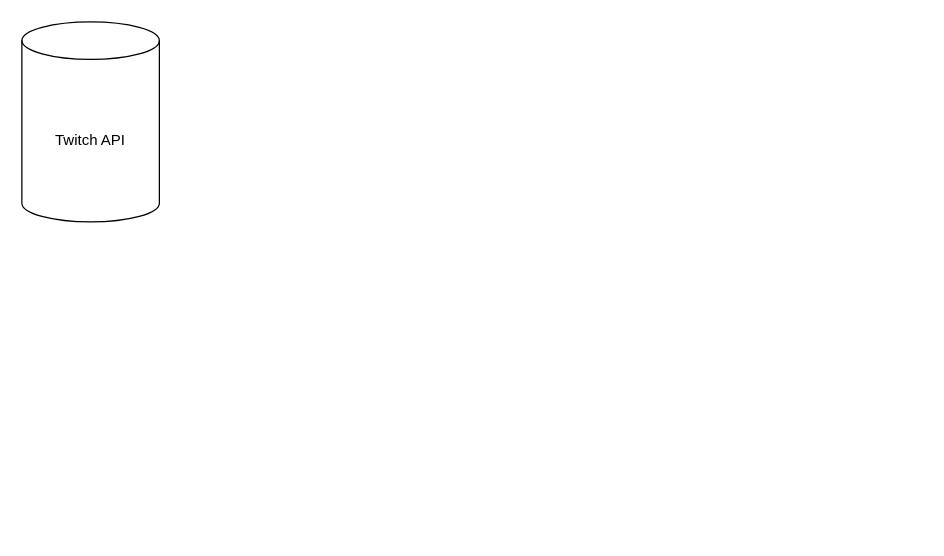
viet-vo/TwitchChannelPoints keeps this draw.io diagram as Untitled Diagram.drawio. Above is the earlier version. Source tidied: cells renumbered, new cells numbered last; positions are measured from the earlier drawing's top-left corner, leaving out a move shared by most shapes. Both pictures are drawn from the tidied source at 125%, with x=0, y=0 at pixel (21, 21).
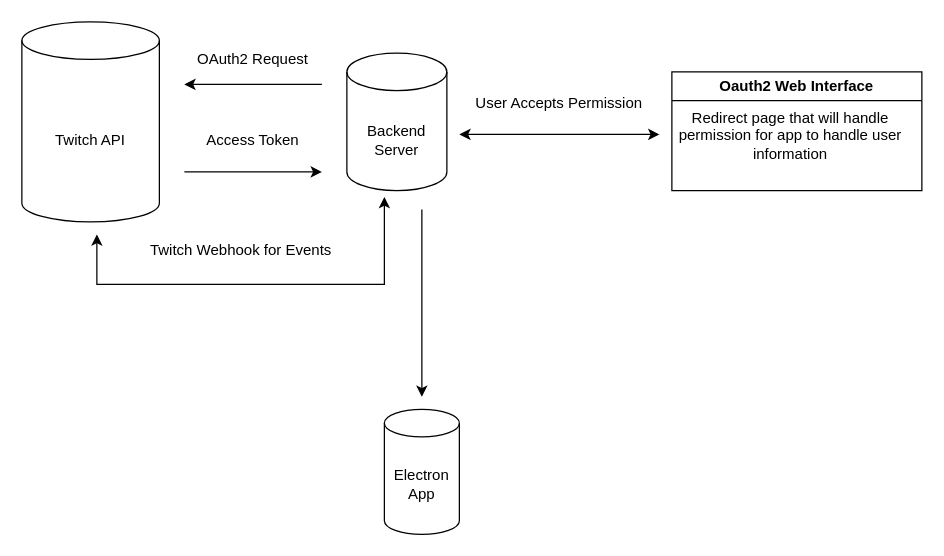
The same diagram, later.

What changed in the source:
```diff
@@
+    <mxCell id="4" style="shape=cylinder3;whiteSpace=wrap;html=1;boundedLbl=1;backgroundOutline=1;size=15;" parent="1" vertex="1">
+      <mxGeometry x="260" y="25" width="80" height="110" as="geometry" />
+    </mxCell>
+    <mxCell id="5" style="endArrow=classic;html=1;rounded=0;" parent="1" edge="1">
+      <mxGeometry relative="1" as="geometry">
+        <mxPoint x="240" y="50" as="sourcePoint" />
+        <mxPoint x="130" y="50" as="targetPoint" />
+      </mxGeometry>
+    </mxCell>
+    <mxCell id="6" value="OAuth2 Request" style="text;html=1;strokeColor=none;fillColor=none;align=center;verticalAlign=middle;whiteSpace=wrap;rounded=0;" parent="1" vertex="1">
+      <mxGeometry x="130" y="20" width="110" height="20" as="geometry" />
+    </mxCell>
+    <mxCell id="7" style="endArrow=classic;html=1;rounded=0;" parent="1" edge="1">
+      <mxGeometry relative="1" as="geometry">
+        <mxPoint x="130" y="120" as="sourcePoint" />
+        <mxPoint x="240" y="120" as="targetPoint" />
+      </mxGeometry>
+    </mxCell>
+    <mxCell id="8" value="Access Token" style="text;html=1;strokeColor=none;fillColor=none;align=center;verticalAlign=middle;whiteSpace=wrap;rounded=0;" parent="1" vertex="1">
+      <mxGeometry x="130" y="80" width="110" height="30" as="geometry" />
+    </mxCell>
+    <mxCell id="9" value="Backend Server" style="text;html=1;strokeColor=none;fillColor=none;align=center;verticalAlign=middle;whiteSpace=wrap;rounded=0;" parent="1" vertex="1">
+      <mxGeometry x="270" y="80" width="60" height="30" as="geometry" />
+    </mxCell>
+    <mxCell id="10" value="Oauth2 Web Interface" style="swimlane;whiteSpace=wrap;html=1;" parent="1" vertex="1">
+      <mxGeometry x="520" y="40" width="200" height="95" as="geometry" />
+    </mxCell>
+    <mxCell id="11" value="Redirect page that will handle permission for app to handle user information" style="text;html=1;strokeColor=none;fillColor=none;spacing=5;spacingTop=-20;whiteSpace=wrap;overflow=hidden;rounded=0;align=center;" parent="10" vertex="1">
+      <mxGeometry y="40" width="190" height="120" as="geometry" />
+    </mxCell>
+    <mxCell id="12" style="endArrow=classic;startArrow=classic;html=1;rounded=0;" parent="1" edge="1">
+      <mxGeometry relative="1" as="geometry">
+        <mxPoint x="350" y="90" as="sourcePoint" />
+        <mxPoint x="510" y="90" as="targetPoint" />
+      </mxGeometry>
+    </mxCell>
+    <mxCell id="13" value="User Accepts Permission" style="text;html=1;strokeColor=none;fillColor=none;align=center;verticalAlign=middle;whiteSpace=wrap;rounded=0;" parent="1" vertex="1">
+      <mxGeometry x="360" y="50" width="140" height="30" as="geometry" />
+    </mxCell>
+    <mxCell id="14" style="endArrow=classic;startArrow=classic;html=1;rounded=0;" parent="1" edge="1">
+      <mxGeometry relative="1" as="geometry">
+        <mxPoint x="60" y="170" as="sourcePoint" />
+        <mxPoint x="290" y="140" as="targetPoint" />
+        <Array as="points">
+          <mxPoint x="60" y="210" />
+          <mxPoint x="290" y="210" />
+        </Array>
+      </mxGeometry>
+    </mxCell>
+    <mxCell id="15" value="Twitch Webhook for Events" style="text;html=1;align=center;verticalAlign=middle;strokeColor=none;fillColor=none;" parent="1" vertex="1">
+      <mxGeometry x="90" y="168" width="170" height="30" as="geometry" />
+    </mxCell>
+    <mxCell id="16" style="endArrow=classic;html=1;rounded=0;" parent="1" edge="1">
+      <mxGeometry relative="1" as="geometry">
+        <mxPoint x="320" y="150" as="sourcePoint" />
+        <mxPoint x="320" y="300" as="targetPoint" />
+      </mxGeometry>
+    </mxCell>
+    <mxCell id="17" value="Electron App" style="shape=cylinder3;whiteSpace=wrap;html=1;boundedLbl=1;backgroundOutline=1;size=11;" parent="1" vertex="1">
+      <mxGeometry x="290" y="310" width="60" height="100" as="geometry" />
+    </mxCell>
```
